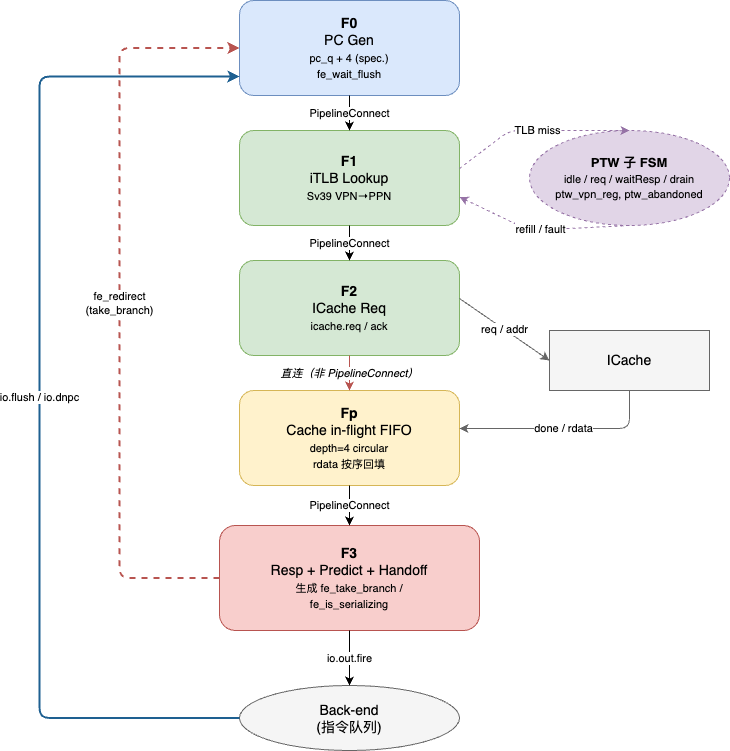
The draw.io diagram main/images/ifu-pipeline.png in KINGFIOX/hitsz-bachelor-typst, before a commit. Source tidied: cells renumbered, new cells last; positions are measured from the earlier drawing's top-left corner, leaving out a move shared by most shapes. Source of this version:
```xml
<mxGraphModel>
  <root>
    <mxCell id="0" />
    <mxCell id="1" parent="0" />
    <mxCell id="2" value="&lt;b&gt;F0&lt;/b&gt;&lt;br&gt;PC Gen&lt;br&gt;&lt;font style=&quot;font-size:11px&quot;&gt;pc_q + 4 (spec.)&lt;br&gt;fe_wait_flush&lt;/font&gt;" style="rounded=1;whiteSpace=wrap;html=1;fillColor=#DAE8FC;strokeColor=#6C8EBF;fontSize=14;" parent="1" vertex="1">
      <mxGeometry x="200" width="220" height="95" as="geometry" />
    </mxCell>
    <mxCell id="3" value="&lt;b&gt;F1&lt;/b&gt;&lt;br&gt;iTLB Lookup&lt;br&gt;&lt;font style=&quot;font-size:11px&quot;&gt;Sv39 VPN→PPN&lt;/font&gt;" style="rounded=1;whiteSpace=wrap;html=1;fillColor=#D5E8D4;strokeColor=#82B366;fontSize=14;" parent="1" vertex="1">
      <mxGeometry x="200" y="130" width="220" height="95" as="geometry" />
    </mxCell>
    <mxCell id="4" value="&lt;b&gt;F2&lt;/b&gt;&lt;br&gt;ICache Req&lt;br&gt;&lt;font style=&quot;font-size:11px&quot;&gt;icache.req / ack&lt;/font&gt;" style="rounded=1;whiteSpace=wrap;html=1;fillColor=#D5E8D4;strokeColor=#82B366;fontSize=14;" parent="1" vertex="1">
      <mxGeometry x="200" y="260" width="220" height="95" as="geometry" />
    </mxCell>
    <mxCell id="5" value="&lt;b&gt;Fp&lt;/b&gt;&lt;br&gt;Cache in-flight FIFO&lt;br&gt;&lt;font style=&quot;font-size:11px&quot;&gt;depth=4 circular&lt;br&gt;rdata 按序回填&lt;/font&gt;" style="rounded=1;whiteSpace=wrap;html=1;fillColor=#FFF2CC;strokeColor=#D6B656;fontSize=14;" parent="1" vertex="1">
      <mxGeometry x="200" y="390" width="220" height="95" as="geometry" />
    </mxCell>
    <mxCell id="6" value="&lt;b&gt;F3&lt;/b&gt;&lt;br&gt;Resp + Predict + Handoff&lt;br&gt;&lt;font style=&quot;font-size:11px&quot;&gt;生成 fe_take_branch /&lt;br&gt;fe_is_serializing&lt;/font&gt;" style="rounded=1;whiteSpace=wrap;html=1;fillColor=#F8CECC;strokeColor=#B85450;fontSize=14;" parent="1" vertex="1">
      <mxGeometry x="180" y="525" width="260" height="105" as="geometry" />
    </mxCell>
    <mxCell id="7" value="Back-end&#10;(指令队列)" style="ellipse;whiteSpace=wrap;html=1;fillColor=#F5F5F5;strokeColor=#666666;fontSize=14;" parent="1" vertex="1">
      <mxGeometry x="200" y="685" width="220" height="65" as="geometry" />
    </mxCell>
    <mxCell id="8" value="&lt;b&gt;PTW 子 FSM&lt;/b&gt;&lt;br&gt;&lt;font style=&quot;font-size:11px&quot;&gt;idle / req / waitResp / drain&lt;br&gt;ptw_vpn_reg, ptw_abandoned&lt;/font&gt;" style="ellipse;whiteSpace=wrap;html=1;fillColor=#E1D5E7;strokeColor=#9673A6;dashed=1;fontSize=13;" parent="1" vertex="1">
      <mxGeometry x="490" y="130" width="200" height="95" as="geometry" />
    </mxCell>
    <mxCell id="9" value="ICache" style="rounded=0;whiteSpace=wrap;html=1;fillColor=#F5F5F5;strokeColor=#666666;fontSize=14;" parent="1" vertex="1">
      <mxGeometry x="510" y="330" width="160" height="60" as="geometry" />
    </mxCell>
    <mxCell id="10" value="PipelineConnect" style="endArrow=classic;html=1;fontSize=11;strokeColor=#000000;" parent="1" edge="1" source="2" target="3">
      <mxGeometry relative="1" as="geometry" />
    </mxCell>
    <mxCell id="11" value="PipelineConnect" style="endArrow=classic;html=1;fontSize=11;strokeColor=#000000;" parent="1" edge="1" source="3" target="4">
      <mxGeometry relative="1" as="geometry" />
    </mxCell>
    <mxCell id="12" value="直连（非 PipelineConnect）" style="endArrow=classic;html=1;fontSize=11;strokeColor=#B85450;dashed=0;fontStyle=2;" parent="1" edge="1" source="4" target="5">
      <mxGeometry relative="1" as="geometry" />
    </mxCell>
    <mxCell id="13" value="PipelineConnect" style="endArrow=classic;html=1;fontSize=11;strokeColor=#000000;" parent="1" edge="1" source="5" target="6">
      <mxGeometry relative="1" as="geometry" />
    </mxCell>
    <mxCell id="14" value="TLB miss" style="endArrow=classic;html=1;fontSize=11;strokeColor=#9673A6;dashed=1;exitX=1;exitY=0.4;exitDx=0;exitDy=0;entryX=0.5;entryY=0;entryDx=0;entryDy=0;" parent="1" edge="1" source="3" target="8">
      <mxGeometry relative="1" as="geometry">
        <Array as="points">
          <mxPoint x="470" y="130" />
        </Array>
      </mxGeometry>
    </mxCell>
    <mxCell id="15" value="refill / fault" style="endArrow=classic;html=1;fontSize=11;strokeColor=#9673A6;dashed=1;exitX=0.5;exitY=1;exitDx=0;exitDy=0;entryX=1;entryY=0.7;entryDx=0;entryDy=0;" parent="1" edge="1" source="8" target="3">
      <mxGeometry relative="1" as="geometry">
        <Array as="points">
          <mxPoint x="490" y="230" />
        </Array>
      </mxGeometry>
    </mxCell>
    <mxCell id="16" value="req / addr" style="endArrow=classic;html=1;fontSize=11;strokeColor=#666666;exitX=1;exitY=0.4;exitDx=0;exitDy=0;entryX=0;entryY=0.5;entryDx=0;entryDy=0;" parent="1" edge="1" source="4" target="9">
      <mxGeometry relative="1" as="geometry" />
    </mxCell>
    <mxCell id="17" value="done / rdata" style="endArrow=classic;html=1;fontSize=11;edgeStyle=orthogonalEdgeStyle;strokeColor=#666666;exitX=0.5;exitY=1;exitDx=0;exitDy=0;entryX=1;entryY=0.4;entryDx=0;entryDy=0;" parent="1" edge="1" source="9" target="5">
      <mxGeometry relative="1" as="geometry">
        <Array as="points">
          <mxPoint x="590" y="428" />
        </Array>
      </mxGeometry>
    </mxCell>
    <mxCell id="18" value="io.out.fire" style="endArrow=classic;html=1;fontSize=11;strokeColor=#000000;" parent="1" edge="1" source="6" target="7">
      <mxGeometry relative="1" as="geometry" />
    </mxCell>
    <mxCell id="19" value="fe_redirect&lt;br&gt;(take_branch)" style="endArrow=classic;html=1;fontSize=11;edgeStyle=orthogonalEdgeStyle;strokeColor=#B85450;dashed=1;strokeWidth=2;exitX=0;exitY=0.5;exitDx=0;exitDy=0;entryX=0;entryY=0.5;entryDx=0;entryDy=0;" parent="1" edge="1" source="6" target="2">
      <mxGeometry relative="1" as="geometry">
        <Array as="points">
          <mxPoint x="80" y="577" />
          <mxPoint x="80" y="47" />
        </Array>
      </mxGeometry>
    </mxCell>
    <mxCell id="20" value="io.flush / io.dnpc" style="endArrow=classic;html=1;fontSize=11;edgeStyle=orthogonalEdgeStyle;strokeColor=#1E6091;strokeWidth=2;exitX=0;exitY=0.5;exitDx=0;exitDy=0;entryX=0;entryY=0.8;entryDx=0;entryDy=0;" parent="1" edge="1" source="7" target="2">
      <mxGeometry relative="1" as="geometry">
        <Array as="points">
          <mxPoint y="717" />
          <mxPoint y="76" />
        </Array>
      </mxGeometry>
    </mxCell>
  </root>
</mxGraphModel>
```
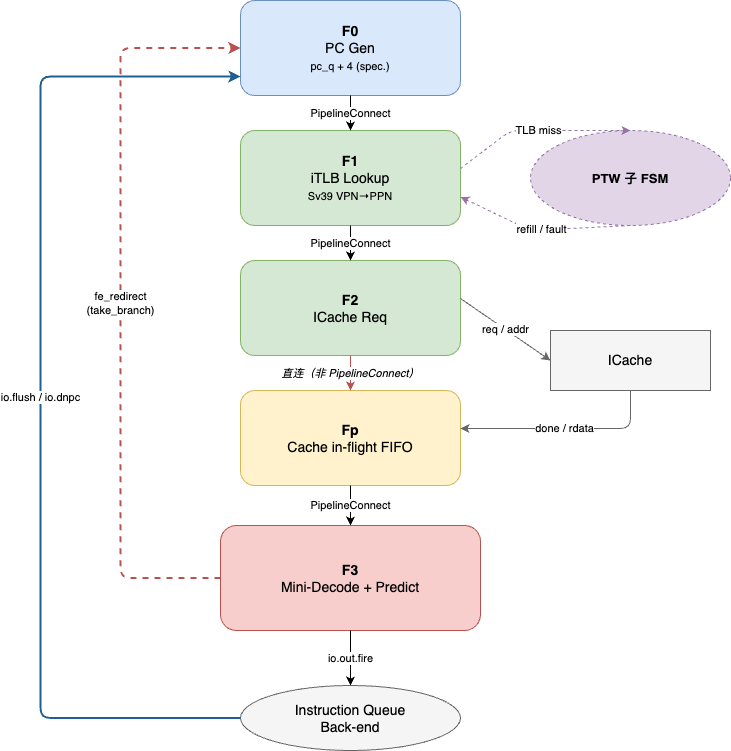
The same diagram one commit later.

The edit, as a diff of the source:
```diff
@@ -2,25 +2,25 @@
   <root>
     <mxCell id="0" />
     <mxCell id="1" parent="0" />
-    <mxCell id="2" value="&lt;b&gt;F0&lt;/b&gt;&lt;br&gt;PC Gen&lt;br&gt;&lt;font style=&quot;font-size:11px&quot;&gt;pc_q + 4 (spec.)&lt;br&gt;fe_wait_flush&lt;/font&gt;" style="rounded=1;whiteSpace=wrap;html=1;fillColor=#DAE8FC;strokeColor=#6C8EBF;fontSize=14;" parent="1" vertex="1">
+    <mxCell id="2" value="&lt;b&gt;F0&lt;/b&gt;&lt;br&gt;PC Gen&lt;br&gt;&lt;font style=&quot;font-size:11px&quot;&gt;pc_q + 4 (spec.)&lt;br&gt;&lt;/font&gt;" style="rounded=1;whiteSpace=wrap;html=1;fillColor=#DAE8FC;strokeColor=#6C8EBF;fontSize=14;" parent="1" vertex="1">
       <mxGeometry x="200" width="220" height="95" as="geometry" />
     </mxCell>
     <mxCell id="3" value="&lt;b&gt;F1&lt;/b&gt;&lt;br&gt;iTLB Lookup&lt;br&gt;&lt;font style=&quot;font-size:11px&quot;&gt;Sv39 VPN→PPN&lt;/font&gt;" style="rounded=1;whiteSpace=wrap;html=1;fillColor=#D5E8D4;strokeColor=#82B366;fontSize=14;" parent="1" vertex="1">
       <mxGeometry x="200" y="130" width="220" height="95" as="geometry" />
     </mxCell>
-    <mxCell id="4" value="&lt;b&gt;F2&lt;/b&gt;&lt;br&gt;ICache Req&lt;br&gt;&lt;font style=&quot;font-size:11px&quot;&gt;icache.req / ack&lt;/font&gt;" style="rounded=1;whiteSpace=wrap;html=1;fillColor=#D5E8D4;strokeColor=#82B366;fontSize=14;" parent="1" vertex="1">
+    <mxCell id="4" value="&lt;b&gt;F2&lt;/b&gt;&lt;br&gt;ICache Req" style="rounded=1;whiteSpace=wrap;html=1;fillColor=#D5E8D4;strokeColor=#82B366;fontSize=14;" parent="1" vertex="1">
       <mxGeometry x="200" y="260" width="220" height="95" as="geometry" />
     </mxCell>
-    <mxCell id="5" value="&lt;b&gt;Fp&lt;/b&gt;&lt;br&gt;Cache in-flight FIFO&lt;br&gt;&lt;font style=&quot;font-size:11px&quot;&gt;depth=4 circular&lt;br&gt;rdata 按序回填&lt;/font&gt;" style="rounded=1;whiteSpace=wrap;html=1;fillColor=#FFF2CC;strokeColor=#D6B656;fontSize=14;" parent="1" vertex="1">
+    <mxCell id="5" value="&lt;b&gt;Fp&lt;/b&gt;&lt;br&gt;Cache in-flight FIFO&lt;font style=&quot;font-size:11px&quot;&gt;&lt;br&gt;&lt;/font&gt;" style="rounded=1;whiteSpace=wrap;html=1;fillColor=#FFF2CC;strokeColor=#D6B656;fontSize=14;" parent="1" vertex="1">
       <mxGeometry x="200" y="390" width="220" height="95" as="geometry" />
     </mxCell>
-    <mxCell id="6" value="&lt;b&gt;F3&lt;/b&gt;&lt;br&gt;Resp + Predict + Handoff&lt;br&gt;&lt;font style=&quot;font-size:11px&quot;&gt;生成 fe_take_branch /&lt;br&gt;fe_is_serializing&lt;/font&gt;" style="rounded=1;whiteSpace=wrap;html=1;fillColor=#F8CECC;strokeColor=#B85450;fontSize=14;" parent="1" vertex="1">
+    <mxCell id="6" value="&lt;b&gt;F3&lt;/b&gt;&lt;br&gt;Mini-Decode + Predict&lt;font style=&quot;font-size:11px&quot;&gt;&lt;br&gt;&lt;/font&gt;" style="rounded=1;whiteSpace=wrap;html=1;fillColor=#F8CECC;strokeColor=#B85450;fontSize=14;" parent="1" vertex="1">
       <mxGeometry x="180" y="525" width="260" height="105" as="geometry" />
     </mxCell>
-    <mxCell id="7" value="Back-end&#10;(指令队列)" style="ellipse;whiteSpace=wrap;html=1;fillColor=#F5F5F5;strokeColor=#666666;fontSize=14;" parent="1" vertex="1">
+    <mxCell id="7" value="Instruction Queue&lt;br&gt;Back-end" style="ellipse;whiteSpace=wrap;html=1;fillColor=#F5F5F5;strokeColor=#666666;fontSize=14;" parent="1" vertex="1">
       <mxGeometry x="200" y="685" width="220" height="65" as="geometry" />
     </mxCell>
-    <mxCell id="8" value="&lt;b&gt;PTW 子 FSM&lt;/b&gt;&lt;br&gt;&lt;font style=&quot;font-size:11px&quot;&gt;idle / req / waitResp / drain&lt;br&gt;ptw_vpn_reg, ptw_abandoned&lt;/font&gt;" style="ellipse;whiteSpace=wrap;html=1;fillColor=#E1D5E7;strokeColor=#9673A6;dashed=1;fontSize=13;" parent="1" vertex="1">
+    <mxCell id="8" value="&lt;b&gt;PTW 子 FSM&lt;/b&gt;&lt;font style=&quot;font-size:11px&quot;&gt;&lt;br&gt;&lt;/font&gt;" style="ellipse;whiteSpace=wrap;html=1;fillColor=#E1D5E7;strokeColor=#9673A6;dashed=1;fontSize=13;" parent="1" vertex="1">
       <mxGeometry x="490" y="130" width="200" height="95" as="geometry" />
     </mxCell>
     <mxCell id="9" value="ICache" style="rounded=0;whiteSpace=wrap;html=1;fillColor=#F5F5F5;strokeColor=#666666;fontSize=14;" parent="1" vertex="1">
```
